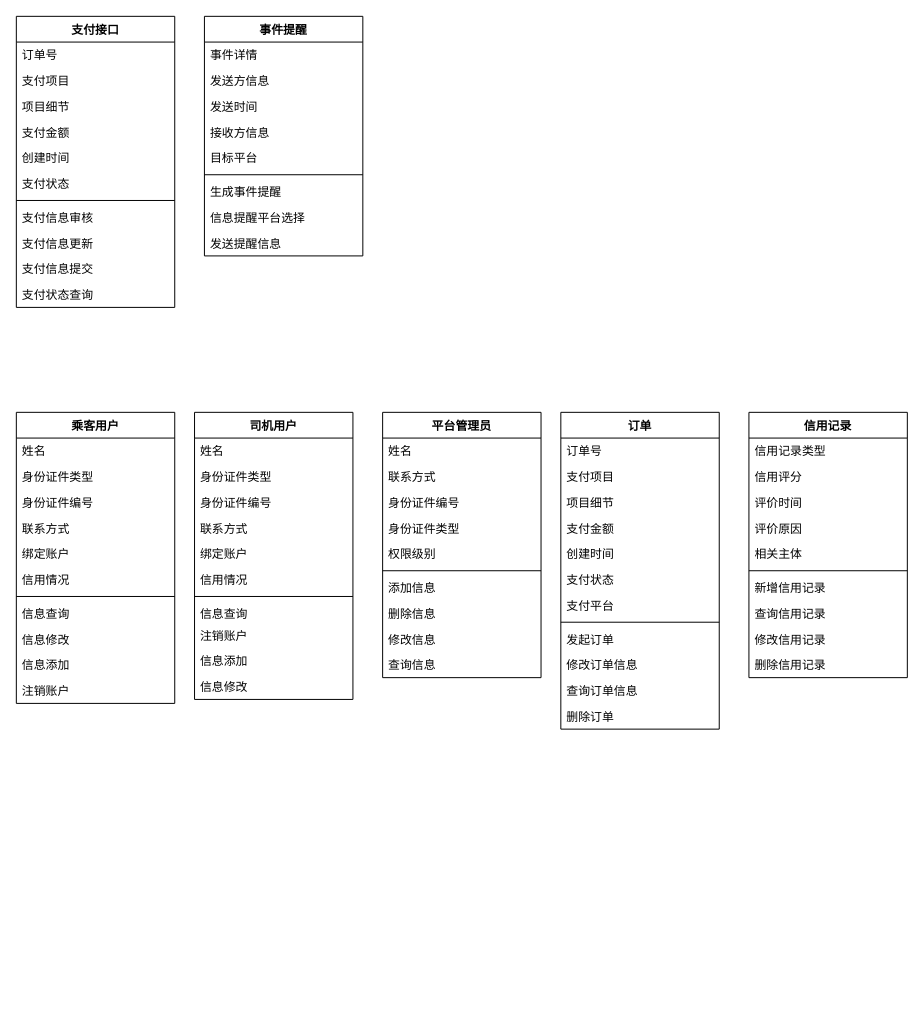
This is IS_HW_2_AC.drawio from YuanchenZhu2020/DrawIO, a draw.io file, before an edit. Source tidied: cells renumbered, new cells numbered last; positions are measured from the earlier drawing's top-left corner, leaving out a move shared by most shapes. Both pictures are drawn from the tidied source at 99%, with x=0, y=0 at pixel (16, 16).
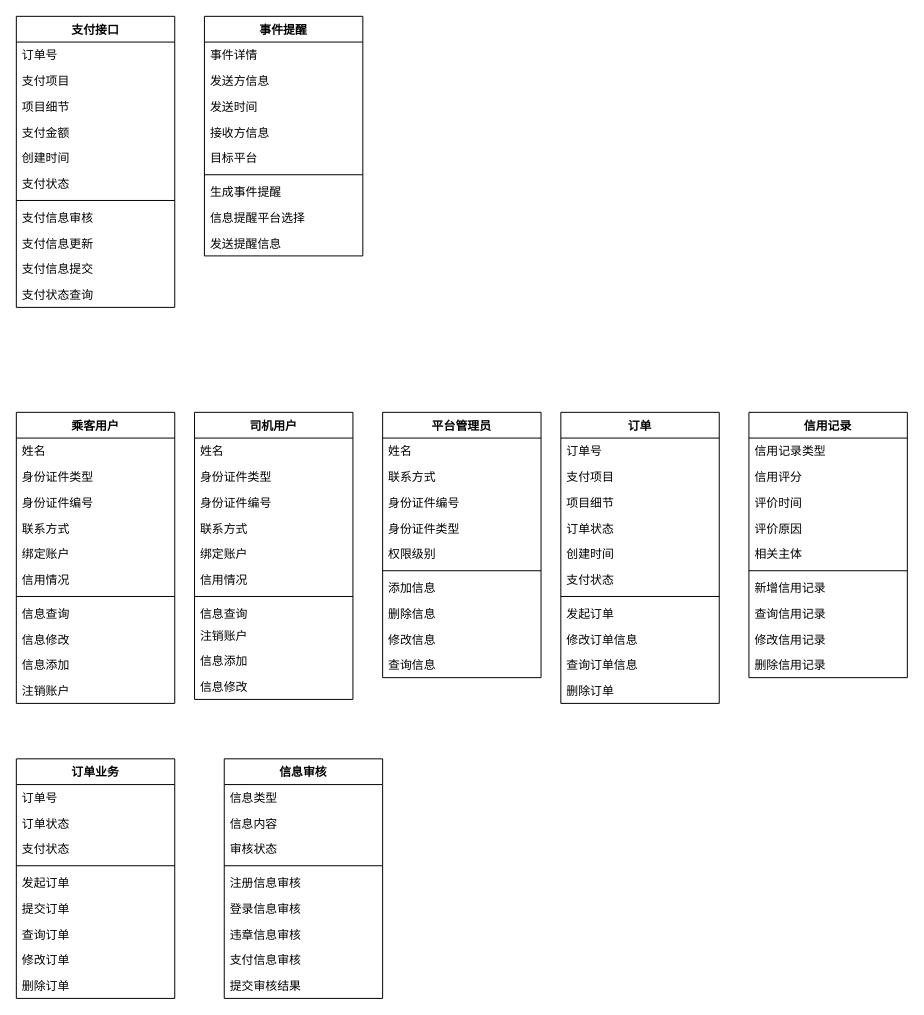
Above is the later version.

The edit, as a diff of the source:
```diff
@@
     <mxCell id="59" value="订单" style="swimlane;fontStyle=1;align=center;verticalAlign=top;horizontal=1;startSize=26;" parent="1" vertex="1">
-      <mxGeometry x="550" y="400" width="160" height="320" as="geometry" />
+      <mxGeometry x="550" y="400" width="160" height="294" as="geometry" />
     </mxCell>
@@
-    <mxCell id="63" value="支付金额" style="text;strokeColor=none;fillColor=none;align=left;verticalAlign=top;spacingLeft=4;spacingRight=4;overflow=hidden;" parent="59" vertex="1">
+    <mxCell id="63" value="订单状态" style="text;strokeColor=none;fillColor=none;align=left;verticalAlign=top;spacingLeft=4;spacingRight=4;overflow=hidden;" parent="59" vertex="1">
       <mxGeometry y="104" width="160" height="26" as="geometry" />
     </mxCell>
@@
-    <mxCell id="66" value="支付平台" style="text;strokeColor=none;fillColor=none;align=left;verticalAlign=top;spacingLeft=4;spacingRight=4;overflow=hidden;" parent="59" vertex="1">
-      <mxGeometry y="182" width="160" height="26" as="geometry" />
-    </mxCell>
     <mxCell id="67" style="line;strokeWidth=1;fillColor=none;align=left;verticalAlign=middle;spacingTop=-1;spacingLeft=3;spacingRight=3;labelPosition=right;" parent="59" vertex="1">
-      <mxGeometry y="208" width="160" height="8" as="geometry" />
+      <mxGeometry y="182" width="160" height="8" as="geometry" />
     </mxCell>
     <mxCell id="68" value="发起订单" style="text;strokeColor=none;fillColor=none;align=left;verticalAlign=top;spacingLeft=4;spacingRight=4;overflow=hidden;" parent="59" vertex="1">
-      <mxGeometry y="216" width="160" height="26" as="geometry" />
+      <mxGeometry y="190" width="160" height="26" as="geometry" />
     </mxCell>
     <mxCell id="69" value="修改订单信息" style="text;strokeColor=none;fillColor=none;align=left;verticalAlign=top;spacingLeft=4;spacingRight=4;overflow=hidden;" parent="59" vertex="1">
-      <mxGeometry y="242" width="160" height="26" as="geometry" />
+      <mxGeometry y="216" width="160" height="26" as="geometry" />
     </mxCell>
     <mxCell id="70" value="查询订单信息" style="text;strokeColor=none;fillColor=none;align=left;verticalAlign=top;spacingLeft=4;spacingRight=4;overflow=hidden;" parent="59" vertex="1">
-      <mxGeometry y="268" width="160" height="26" as="geometry" />
+      <mxGeometry y="242" width="160" height="26" as="geometry" />
     </mxCell>
     <mxCell id="71" value="删除订单" style="text;strokeColor=none;fillColor=none;align=left;verticalAlign=top;spacingLeft=4;spacingRight=4;overflow=hidden;" parent="59" vertex="1">
-      <mxGeometry y="294" width="160" height="26" as="geometry" />
+      <mxGeometry y="268" width="160" height="26" as="geometry" />
     </mxCell>
@@
+    <mxCell id="83" value="订单业务" style="swimlane;fontStyle=1;align=center;verticalAlign=top;horizontal=1;startSize=26;" parent="1" vertex="1">
+      <mxGeometry y="750" width="160" height="242" as="geometry" />
+    </mxCell>
+    <mxCell id="84" value="订单号" style="text;strokeColor=none;fillColor=none;align=left;verticalAlign=top;spacingLeft=4;spacingRight=4;overflow=hidden;" parent="83" vertex="1">
+      <mxGeometry y="26" width="160" height="26" as="geometry" />
+    </mxCell>
+    <mxCell id="85" value="订单状态" style="text;strokeColor=none;fillColor=none;align=left;verticalAlign=top;spacingLeft=4;spacingRight=4;overflow=hidden;" parent="83" vertex="1">
+      <mxGeometry y="52" width="160" height="26" as="geometry" />
+    </mxCell>
+    <mxCell id="86" value="支付状态" style="text;strokeColor=none;fillColor=none;align=left;verticalAlign=top;spacingLeft=4;spacingRight=4;overflow=hidden;" parent="83" vertex="1">
+      <mxGeometry y="78" width="160" height="26" as="geometry" />
+    </mxCell>
+    <mxCell id="87" style="line;strokeWidth=1;fillColor=none;align=left;verticalAlign=middle;spacingTop=-1;spacingLeft=3;spacingRight=3;labelPosition=right;" parent="83" vertex="1">
+      <mxGeometry y="104" width="160" height="8" as="geometry" />
+    </mxCell>
+    <mxCell id="88" value="发起订单" style="text;strokeColor=none;fillColor=none;align=left;verticalAlign=top;spacingLeft=4;spacingRight=4;overflow=hidden;" parent="83" vertex="1">
+      <mxGeometry y="112" width="160" height="26" as="geometry" />
+    </mxCell>
+    <mxCell id="89" value="提交订单" style="text;strokeColor=none;fillColor=none;align=left;verticalAlign=top;spacingLeft=4;spacingRight=4;overflow=hidden;" parent="83" vertex="1">
+      <mxGeometry y="138" width="160" height="26" as="geometry" />
+    </mxCell>
+    <mxCell id="90" value="查询订单" style="text;strokeColor=none;fillColor=none;align=left;verticalAlign=top;spacingLeft=4;spacingRight=4;overflow=hidden;" parent="83" vertex="1">
+      <mxGeometry y="164" width="160" height="26" as="geometry" />
+    </mxCell>
+    <mxCell id="91" value="修改订单" style="text;strokeColor=none;fillColor=none;align=left;verticalAlign=top;spacingLeft=4;spacingRight=4;overflow=hidden;" parent="83" vertex="1">
+      <mxGeometry y="190" width="160" height="26" as="geometry" />
+    </mxCell>
+    <mxCell id="92" value="删除订单" style="text;strokeColor=none;fillColor=none;align=left;verticalAlign=top;spacingLeft=4;spacingRight=4;overflow=hidden;" parent="83" vertex="1">
+      <mxGeometry y="216" width="160" height="26" as="geometry" />
+    </mxCell>
+    <mxCell id="93" value="信息审核" style="swimlane;fontStyle=1;align=center;verticalAlign=top;horizontal=1;startSize=26;" parent="1" vertex="1">
+      <mxGeometry x="210" y="750" width="160" height="242" as="geometry" />
+    </mxCell>
+    <mxCell id="94" value="信息类型" style="text;strokeColor=none;fillColor=none;align=left;verticalAlign=top;spacingLeft=4;spacingRight=4;overflow=hidden;" parent="93" vertex="1">
+      <mxGeometry y="26" width="160" height="26" as="geometry" />
+    </mxCell>
+    <mxCell id="95" value="信息内容" style="text;strokeColor=none;fillColor=none;align=left;verticalAlign=top;spacingLeft=4;spacingRight=4;overflow=hidden;" parent="93" vertex="1">
+      <mxGeometry y="52" width="160" height="26" as="geometry" />
+    </mxCell>
+    <mxCell id="96" value="审核状态" style="text;strokeColor=none;fillColor=none;align=left;verticalAlign=top;spacingLeft=4;spacingRight=4;overflow=hidden;" parent="93" vertex="1">
+      <mxGeometry y="78" width="160" height="26" as="geometry" />
+    </mxCell>
+    <mxCell id="97" style="line;strokeWidth=1;fillColor=none;align=left;verticalAlign=middle;spacingTop=-1;spacingLeft=3;spacingRight=3;labelPosition=right;" parent="93" vertex="1">
+      <mxGeometry y="104" width="160" height="8" as="geometry" />
+    </mxCell>
+    <mxCell id="98" value="注册信息审核" style="text;strokeColor=none;fillColor=none;align=left;verticalAlign=top;spacingLeft=4;spacingRight=4;overflow=hidden;" parent="93" vertex="1">
+      <mxGeometry y="112" width="160" height="26" as="geometry" />
+    </mxCell>
+    <mxCell id="99" value="登录信息审核" style="text;strokeColor=none;fillColor=none;align=left;verticalAlign=top;spacingLeft=4;spacingRight=4;overflow=hidden;" parent="93" vertex="1">
+      <mxGeometry y="138" width="160" height="26" as="geometry" />
+    </mxCell>
+    <mxCell id="100" value="违章信息审核" style="text;strokeColor=none;fillColor=none;align=left;verticalAlign=top;spacingLeft=4;spacingRight=4;overflow=hidden;" parent="93" vertex="1">
+      <mxGeometry y="164" width="160" height="26" as="geometry" />
+    </mxCell>
+    <mxCell id="101" value="支付信息审核" style="text;strokeColor=none;fillColor=none;align=left;verticalAlign=top;spacingLeft=4;spacingRight=4;overflow=hidden;" parent="93" vertex="1">
+      <mxGeometry y="190" width="160" height="26" as="geometry" />
+    </mxCell>
+    <mxCell id="102" value="提交审核结果" style="text;strokeColor=none;fillColor=none;align=left;verticalAlign=top;spacingLeft=4;spacingRight=4;overflow=hidden;" parent="93" vertex="1">
+      <mxGeometry y="216" width="160" height="26" as="geometry" />
+    </mxCell>
```
